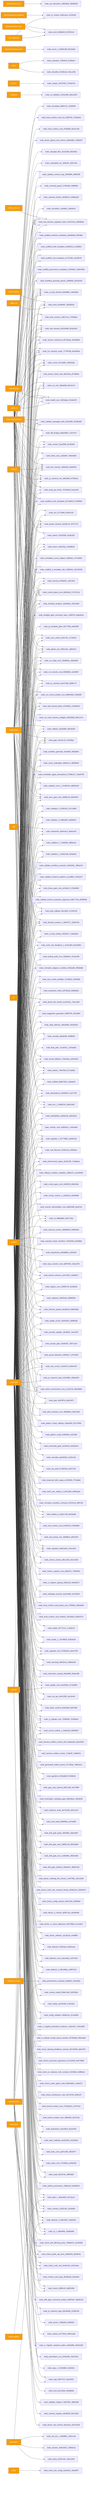
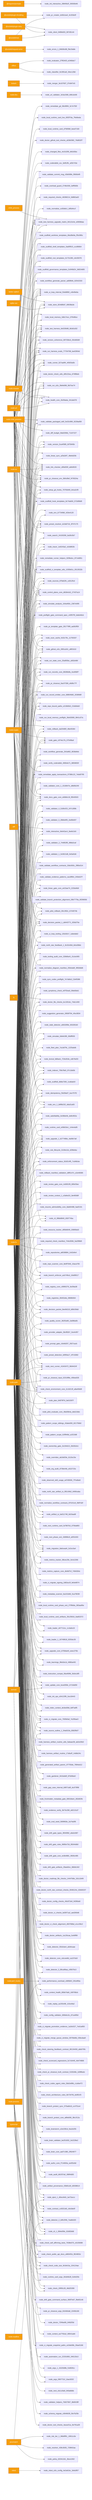
graph LR
  ext_inquirer_prompts_4d547149["@inquirer/prompts"] --> node_init_interactive_28845b2f_39350b46
  ext_octokit_plugin_retry_c9aecc53["@octokit/plugin-retry"] --> node_client_948fe603_907d5144
  ext_octokit_plugin_throttling_7909ece3["@octokit/plugin-throttling"] --> node_client_948fe603_907d5144
  ext_octokit_plugin_throttling_7909ece3["@octokit/plugin-throttling"] --> node_pr_creator_dc6b1ea4_4c333e0f
  ext_octokit_request_error_98ae13cc["@octokit/request-error"] --> node_errors_1_84b56c88_f9e19a8e
  ext_octokit_rest_c6e4d192["@octokit/rest"] --> node_client_948fe603_907d5144
  ext_octokit_rest_c6e4d192["@octokit/rest"] --> node_pr_creator_dc6b1ea4_4c333e0f
  ext_better_sqlite3_d7ed8f1a["better-sqlite3"] --> node_store_824d80d7_69038a3e
  ext_child_process_4845fa97["child_process"] --> node_test_harness_upgrade_matrix_84113c4e_e0838daa
  ext_diff_75a0ee1b["diff"] --> node_interactive_0eb42ac4_3ee6c3c6
  ext_effect_68d1dae1["effect"] --> node_classifier_fe1991a9_34ec128d
  ext_effect_68d1dae1["effect"] --> node_evaluator_27f6343f_e2466dc7
  ext_fs_3f4bb586["fs"] --> node_doctor_file_checks_bc1301dc_74dc1400
  ext_lodash_901466a5["lodash"] --> node_merger_3e167607_07e847e5
  ext_node_child_process_f62b7d19["node:child_process"] --> node_branch_enforcer_acb749cd_10e89517
  ext_node_child_process_f62b7d19["node:child_process"] --> node_changed_files_4c0102f6_bfd165bc
  ext_node_child_process_f62b7d19["node:child_process"] --> node_check_environment_core_2c16213f_a8a456d9
  ext_node_child_process_f62b7d19["node:child_process"] --> node_ci_migrate_core_7005b5af_7e295ae3
  ext_node_child_process_f62b7d19["node:child_process"] --> node_control_plane_core_db3b4cb2_27437a14
  ext_node_child_process_f62b7d19["node:child_process"] --> node_diff_budget_9da0268d_71167227
  ext_node_child_process_f62b7d19["node:child_process"] --> node_docs_gate_core_eb9b6c18_f8540503
  ext_node_child_process_f62b7d19["node:child_process"] --> node_doctor_check_utils_d0fc22ea_d74f86eb
  ext_node_child_process_f62b7d19["node:child_process"] --> node_doctor_github_tool_checks_a53b0382_76d832f7
  ext_node_child_process_f62b7d19["node:child_process"] --> node_github_e2e_2891a341_af6f1610
  ext_node_child_process_f62b7d19["node:child_process"] --> node_health_core_2b2fdada_341de678
  ext_node_child_process_f62b7d19["node:child_process"] --> node_linear_gate_core_a415ae74_222bd4b9
  ext_node_child_process_f62b7d19["node:child_process"] --> node_link_checker_d0fa555f_abfe9020
  ext_node_child_process_f62b7d19["node:child_process"] --> node_local_memory_0db17ecc_97fe98ce
  ext_node_child_process_f62b7d19["node:child_process"] --> node_local_runtime_card_d7fd59bf_beed7160
  ext_node_child_process_f62b7d19["node:child_process"] --> node_local_runtime_card_live_65f2f7da_7feb6eda
  ext_node_child_process_f62b7d19["node:child_process"] --> node_next_runner_41643472_9b94424f
  ext_node_child_process_f62b7d19["node:child_process"] --> node_pr_closeout_0ac07306_e8d9c77f
  ext_node_child_process_f62b7d19["node:child_process"] --> node_pr_closeout_env_9bfcd9ef_f476024a
-   ext_node_child_process_f62b7d19["node:child_process"] --> node_remediate_06b9c7fc_2158505f
+   ext_node_child_process_f62b7d19["node:child_process"] --> node_remediate_git_58c6f6f4_3c7e755f
  ext_node_child_process_f62b7d19["node:child_process"] --> node_run_e2e_39efe696_fb07ee74
  ext_node_child_process_f62b7d19["node:child_process"] --> node_run_harness_evals_77704768_ba42904d
  ext_node_child_process_f62b7d19["node:child_process"] --> node_runner_527aa9f4_40925a5b
  ext_node_child_process_f62b7d19["node:child_process"] --> node_scaffold_hook_templates_8c74ab50_572d99d9
  ext_node_child_process_f62b7d19["node:child_process"] --> node_search_24193290_6a30c5b7
  ext_node_child_process_f62b7d19["node:child_process"] --> node_setup_git_hooks_70750d40_b4ca2cf9
  ext_node_child_process_f62b7d19["node:child_process"] --> node_test_harness_6e520b98_6b3d1d32
  ext_node_child_process_f62b7d19["node:child_process"] --> node_test_harness_upgrade_matrix_84113c4e_e0838daa
  ext_node_child_process_f62b7d19["node:child_process"] --> node_ui_loop_internal_f2eb8892_c4b49e6a
  ext_node_child_process_f62b7d19["node:child_process"] --> node_validate_commit_msg_43b008fe_f9560ef9
  ext_node_child_process_f62b7d19["node:child_process"] --> node_validate_packaged_skill_5e32c890_9228ad58
  ext_node_child_process_f62b7d19["node:child_process"] --> node_version_coherence_69733bcb_00c8d5d9
  ext_node_crypto_c7dfc512["node:crypto"] --> node_artifact_io_ba511748_6d1faad8
  ext_node_crypto_c7dfc512["node:crypto"] --> node_check_environment_core_2c16213f_a8a456d9
  ext_node_crypto_c7dfc512["node:crypto"] --> node_ci_migrate_signing_2d82ac3f_9e5e8974
  ext_node_crypto_c7dfc512["node:crypto"] --> node_control_plane_core_db3b4cb2_27437a14
  ext_node_crypto_c7dfc512["node:crypto"] --> node_decision_packet_1_dd443771_92fa570e
  ext_node_crypto_c7dfc512["node:crypto"] --> node_decision_packet_8ee9d119_b89c59dd
  ext_node_crypto_c7dfc512["node:crypto"] --> node_docs_gate_core_eb9b6c18_f8540503
  ext_node_crypto_c7dfc512["node:crypto"] --> node_enforcement_status_92d314f5_7cd48cbe
  ext_node_crypto_c7dfc512["node:crypto"] --> node_env_b77349bf_420e4120
  ext_node_crypto_c7dfc512["node:crypto"] --> node_gate_c974e17b_07549baf
  ext_node_crypto_c7dfc512["node:crypto"] --> node_idempotency_f5d39a07_bce757f2
  ext_node_crypto_c7dfc512["node:crypto"] --> node_indexer_70fa78e5_97c1bb0b
  ext_node_crypto_c7dfc512["node:crypto"] --> node_lexical_fallback_723e2b3e_cdb7bd33
  ext_node_crypto_c7dfc512["node:crypto"] --> node_linear_sync_a2fa2bf7_48e6d20b
  ext_node_crypto_c7dfc512["node:crypto"] --> node_link_checker_d0fa555f_abfe9020
  ext_node_crypto_c7dfc512["node:crypto"] --> node_migration_8a6cead4_3c3cc0a4
  ext_node_crypto_c7dfc512["node:crypto"] --> node_normalise_cc83ddc1_b95d4ccf
  ext_node_crypto_c7dfc512["node:crypto"] --> node_normalize_diagram_manifest_259cbddf_3f92b8d6
  ext_node_crypto_c7dfc512["node:crypto"] --> node_north_star_feedback_1_9c32c60d_b0cd38dc
  ext_node_crypto_c7dfc512["node:crypto"] --> node_pilot_rollback_00c1f82c_b744974b
  ext_node_crypto_c7dfc512["node:crypto"] --> node_preset_resolver_dc3dd716_3f747c75
  ext_node_crypto_c7dfc512["node:crypto"] --> node_remediate_apply_transactions_0738b122_7ebd0795
  ext_node_crypto_c7dfc512["node:crypto"] --> node_required_checks_46396214_9d882ad3
  ext_node_crypto_c7dfc512["node:crypto"] --> node_rollback_da25480f_48e45364
  ext_node_crypto_c7dfc512["node:crypto"] --> node_run_record_emitter_core_688049d5_2036fd6f
  ext_node_crypto_c7dfc512["node:crypto"] --> node_run_records_core_89286dfa_4ce958f7
  ext_node_crypto_c7dfc512["node:crypto"] --> node_run_state_core_25a955bc_a562e9bf
  ext_node_crypto_c7dfc512["node:crypto"] --> node_scan_cache_fc02c79c_11793337
  ext_node_crypto_c7dfc512["node:crypto"] --> node_simulate_analysis_164a460c_2367e095
  ext_node_crypto_c7dfc512["node:crypto"] --> node_sources_878a52fc_cd312fcd
  ext_node_crypto_c7dfc512["node:crypto"] --> node_test_harness_upgrade_matrix_84113c4e_e0838daa
  ext_node_crypto_c7dfc512["node:crypto"] --> node_tracer_1e6243a2_cb3d802b
  ext_node_crypto_c7dfc512["node:crypto"] --> node_ui_loop_internal_f2eb8892_c4b49e6a
  ext_node_crypto_c7dfc512["node:crypto"] --> node_upgrade_1_b277486e_4a06b7a8
  ext_node_dns_828a0bbf["node:dns"] --> node_url_validator_3c5a1568_b9b1dc66
  ext_node_fs_a15b7d96["node:fs"] --> node_artifact_io_ba511748_6d1faad8
  ext_node_fs_a15b7d96["node:fs"] --> node_artifact_provenance_03b81cbf_d3038614
  ext_node_fs_a15b7d96["node:fs"] --> node_audit_b81f37a0_398f4d93
  ext_node_fs_a15b7d96["node:fs"] --> node_authz_core_f714650a_ee0f2e9d
  ext_node_fs_a15b7d96["node:fs"] --> node_brain_core_aa07c380_2f924977
  ext_node_fs_a15b7d96["node:fs"] --> node_brain_validator_be251832_2e2228e2
  ext_node_fs_a15b7d96["node:fs"] --> node_brainstorm_e2e2381d_fea1b255
  ext_node_fs_a15b7d96["node:fs"] --> node_branch_enforcer_acb749cd_10e89517
  ext_node_fs_a15b7d96["node:fs"] --> node_branch_protect_core_a8feb0fd_38c1f12a
  ext_node_fs_a15b7d96["node:fs"] --> node_branch_protect_sync_570adb18_cc4751e4
  ext_node_fs_a15b7d96["node:fs"] --> node_check_20f65c28_48d25399
  ext_node_fs_a15b7d96["node:fs"] --> node_check_architecture_rules_6b7347fd_dc8f2cf3
  ext_node_fs_a15b7d96["node:fs"] --> node_check_code_size_9c5efc3a_154124ae
  ext_node_fs_a15b7d96["node:fs"] --> node_check_codex_agent_roles_5bb2e89b_c1a9a472
  ext_node_fs_a15b7d96["node:fs"] --> node_check_environment_core_2c16213f_a8a456d9
  ext_node_fs_a15b7d96["node:fs"] --> node_check_pr_closeout_truth_contract_f135348c_b39f6edc
  ext_node_fs_a15b7d96["node:fs"] --> node_check_public_api_docs_a9604f1b_f824853c
  ext_node_fs_a15b7d96["node:fs"] --> node_check_scorecard_regressions_5c7c6445_4b474868
  ext_node_fs_a15b7d96["node:fs"] --> node_check_self_affirming_tests_7638e575_c6155698
  ext_node_fs_a15b7d96["node:fs"] --> node_check_steering_feedback_contract_80134459_abb076fc
  ext_node_fs_a15b7d96["node:fs"] --> node_ci_migrate_core_7005b5af_7e295ae3
  ext_node_fs_a15b7d96["node:fs"] --> node_ci_migrate_merge_queue_window_0070bd6d_03bcdaa9
  ext_node_fs_a15b7d96["node:fs"] --> node_ci_migrate_promotion_evidence_1a2dc527_7ed1a850
  ext_node_fs_a15b7d96["node:fs"] --> node_cli_1_084e05fe_02d92b68
  ext_node_fs_a15b7d96["node:fs"] --> node_cli_99bb8840_659774ba
  ext_node_fs_a15b7d96["node:fs"] --> node_config_validator_669ebc2e_d7ca485d
  ext_node_fs_a15b7d96["node:fs"] --> node_context_health_80bb7da9_169768cb
  ext_node_fs_a15b7d96["node:fs"] --> node_contract_cc8321d6_c0e3de0f
  ext_node_fs_a15b7d96["node:fs"] --> node_control_plane_core_db3b4cb2_27437a14
  ext_node_fs_a15b7d96["node:fs"] --> node_decision_packet_1_dd443771_92fa570e
  ext_node_fs_a15b7d96["node:fs"] --> node_decision_packet_8ee9d119_b89c59dd
  ext_node_fs_a15b7d96["node:fs"] --> node_detector_2_b0fc2f46_7ea6b320
  ext_node_fs_a15b7d96["node:fs"] --> node_detector_3_86ca96aa_c95676c3
  ext_node_fs_a15b7d96["node:fs"] --> node_detector_core_cdccee8d_ca107dc8
  ext_node_fs_a15b7d96["node:fs"] --> node_detector_f2b3cbe4_a0d4caae
  ext_node_fs_a15b7d96["node:fs"] --> node_diff_budget_9da0268d_71167227
  ext_node_fs_a15b7d96["node:fs"] --> node_docs_gate_core_eb9b6c18_f8540503
  ext_node_fs_a15b7d96["node:fs"] --> node_doctor_artifacts_1a126caa_fcefdf99
  ext_node_fs_a15b7d96["node:fs"] --> node_doctor_check_utils_d0fc22ea_d74f86eb
  ext_node_fs_a15b7d96["node:fs"] --> node_doctor_ci_check_alignment_d50768bd_e1cc59c2
  ext_node_fs_a15b7d96["node:fs"] --> node_doctor_ci_checks_bd3971a2_aed260d6
  ext_node_fs_a15b7d96["node:fs"] --> node_doctor_config_checks_49c872e0_f42fb5e8
  ext_node_fs_a15b7d96["node:fs"] --> node_doctor_file_checks_bc1301dc_74dc1400
  ext_node_fs_a15b7d96["node:fs"] --> node_doctor_north_star_contract_checks_0048124c_02b00237
  ext_node_fs_a15b7d96["node:fs"] --> node_doctor_roadmap_file_checks_14447b8e_2d1c2d49
  ext_node_fs_a15b7d96["node:fs"] --> node_drift_gate_artifacts_29aeb0cc_86b9c342
  ext_node_fs_a15b7d96["node:fs"] --> node_drift_gate_core_ec6b4881_9500c485
  ext_node_fs_a15b7d96["node:fs"] --> node_drift_gate_rules_9685e72d_95044db0
  ext_node_fs_a15b7d96["node:fs"] --> node_drift_gate_types_3f045f82_a9a3c987
  ext_node_fs_a15b7d96["node:fs"] --> node_eject_1_d0ecd4d1_ba72accc
  ext_node_fs_a15b7d96["node:fs"] --> node_enforcement_status_92d314f5_7cd48cbe
  ext_node_fs_a15b7d96["node:fs"] --> node_env_1_b6f6b232_dda31a93
  ext_node_fs_a15b7d96["node:fs"] --> node_env_b77349bf_420e4120
  ext_node_fs_a15b7d96["node:fs"] --> node_eval_seed_5699fd3e_2a74a5f6
  ext_node_fs_a15b7d96["node:fs"] --> node_evidence_verify_3b73c290_e82131d7
  ext_node_fs_a15b7d96["node:fs"] --> node_fleet_plan_7a1dd79c_1225abdb
  ext_node_fs_a15b7d96["node:fs"] --> node_frontmatter_metadata_gate_6901bbe4_282d02fe
  ext_node_fs_a15b7d96["node:fs"] --> node_gap_case_internal_b9871ddf_dcd73f98
  ext_node_fs_a15b7d96["node:fs"] --> node_gardener_9416a9df_87b06be0
  ext_node_fs_a15b7d96["node:fs"] --> node_gate_c974e17b_07549baf
  ext_node_fs_a15b7d96["node:fs"] --> node_generated_artifact_parent_1f7755de_7894ed12
  ext_node_fs_a15b7d96["node:fs"] --> node_github_e2e_2891a341_af6f1610
  ext_node_fs_a15b7d96["node:fs"] --> node_harness_artifact_routine_17afacff_14dbb24c
  ext_node_fs_a15b7d96["node:fs"] --> node_harness_artifact_routine_utils_5abaac59_ab2e20b3
  ext_node_fs_a15b7d96["node:fs"] --> node_health_core_2b2fdada_341de678
  ext_node_fs_a15b7d96["node:fs"] --> node_idempotency_f5d39a07_bce757f2
  ext_node_fs_a15b7d96["node:fs"] --> node_index_context_de3ed39d_6df7adf5
  ext_node_fs_a15b7d96["node:fs"] --> node_indexer_70fa78e5_97c1bb0b
  ext_node_fs_a15b7d96["node:fs"] --> node_init_ops_e54123f9_3ce18443
  ext_node_fs_a15b7d96["node:fs"] --> node_instruction_compat_06a469fd_3b3e1df0
  ext_node_fs_a15b7d96["node:fs"] --> node_interactive_0eb42ac4_3ee6c3c6
  ext_node_fs_a15b7d96["node:fs"] --> node_learnings_9feb3e1d_4980a445
  ext_node_fs_a15b7d96["node:fs"] --> node_lexical_fallback_723e2b3e_cdb7bd33
  ext_node_fs_a15b7d96["node:fs"] --> node_linear_gate_core_a415ae74_222bd4b9
  ext_node_fs_a15b7d96["node:fs"] --> node_linear_sync_a2fa2bf7_48e6d20b
  ext_node_fs_a15b7d96["node:fs"] --> node_link_checker_d0fa555f_abfe9020
  ext_node_fs_a15b7d96["node:fs"] --> node_loader_1_16749818_9255dc35
  ext_node_fs_a15b7d96["node:fs"] --> node_loader_d47712cc_1c3a0e19
  ext_node_fs_a15b7d96["node:fs"] --> node_local_memory_0db17ecc_97fe98ce
  ext_node_fs_a15b7d96["node:fs"] --> node_local_runtime_card_artifacts_35c25816_0ad02372
  ext_node_fs_a15b7d96["node:fs"] --> node_local_runtime_card_phase_exit_275ffa9a_383aa95e
  ext_node_fs_a15b7d96["node:fs"] --> node_metadata_scanner_6a101b66_5ca79039
  ext_node_fs_a15b7d96["node:fs"] --> node_metrics_capture_core_db4bf7cf_7494304c
  ext_node_fs_a15b7d96["node:fs"] --> node_metrics_tracker_98cec29c_9c4c2266
  ext_node_fs_a15b7d96["node:fs"] --> node_migration_8a6cead4_3c3cc0a4
  ext_node_fs_a15b7d96["node:fs"] --> node_next_phase_exit_1fd996c9_a5f31003
  ext_node_fs_a15b7d96["node:fs"] --> node_next_runner_41643472_9b94424f
  ext_node_fs_a15b7d96["node:fs"] --> node_next_runtime_card_fa7867b3_0756a883
  ext_node_fs_a15b7d96["node:fs"] --> node_normalize_diagram_manifest_259cbddf_3f92b8d6
  ext_node_fs_a15b7d96["node:fs"] --> node_normalize_workflow_contracts_8701f1c8_0fdf7d2f
  ext_node_fs_a15b7d96["node:fs"] --> node_north_star_artifact_io_9f2c34b2_6490caba
  ext_node_fs_a15b7d96["node:fs"] --> node_north_star_feedback_1_9c32c60d_b0cd38dc
  ext_node_fs_a15b7d96["node:fs"] --> node_observed_skill_usage_ed7d5930_7f7edbe6
  ext_node_fs_a15b7d96["node:fs"] --> node_org_audit_d739e44b_e522723c
  ext_node_fs_a15b7d96["node:fs"] --> node_overrides_ab2dd33e_6115e15e
  ext_node_fs_a15b7d96["node:fs"] --> node_ownership_gate_2e194d13_2b02b2e1
  ext_node_fs_a15b7d96["node:fs"] --> node_pattern_scope_61ff946d_a1f21fd8
  ext_node_fs_a15b7d96["node:fs"] --> node_pattern_scope_siblings_43abe000_821756b0
  ext_node_fs_a15b7d96["node:fs"] --> node_pilot_evaluate_core_48a59b4a_deb218dc
  ext_node_fs_a15b7d96["node:fs"] --> node_pilot_rollback_00c1f82c_b744974b
  ext_node_fs_a15b7d96["node:fs"] --> node_plan_64879f7d_9e01597f
  ext_node_fs_a15b7d96["node:fs"] --> node_pr_closeout_0ac07306_e8d9c77f
  ext_node_fs_a15b7d96["node:fs"] --> node_pr_closeout_env_9bfcd9ef_f476024a
  ext_node_fs_a15b7d96["node:fs"] --> node_pr_closeout_input_02319f8e_456ea535
  ext_node_fs_a15b7d96["node:fs"] --> node_pr_template_gate_281778f9_aa0b3f59
  ext_node_fs_a15b7d96["node:fs"] --> node_preflight_gate_command_spec_c45f57f0_bdeb46cb
  ext_node_fs_a15b7d96["node:fs"] --> node_preset_detection_b0f00a17_4f7c5082
  ext_node_fs_a15b7d96["node:fs"] --> node_preset_resolver_dc3dd716_3f747c75
  ext_node_fs_a15b7d96["node:fs"] --> node_prompt_gate_c5e9d207_2927cacb
  ext_node_fs_a15b7d96["node:fs"] --> node_provider_adapter_3bcf82b7_3ce4cf67
  ext_node_fs_a15b7d96["node:fs"] --> node_quality_scorer_362f2a90_2a086a0b
  ext_node_fs_a15b7d96["node:fs"] --> node_registries_06402afa_0868b564
  ext_node_fs_a15b7d96["node:fs"] --> node_registry_core_c9990279_3e2fda38
  ext_node_fs_a15b7d96["node:fs"] --> node_remediate_apply_transactions_0738b122_7ebd0795
  ext_node_fs_a15b7d96["node:fs"] --> node_remediate_runner_helpers_929fedcc_8714d951
  ext_node_fs_a15b7d96["node:fs"] --> node_repo_bound_paths_e218b5b3_216d0eb0
  ext_node_fs_a15b7d96["node:fs"] --> node_repo_scanner_core_8e9f7646_10aca705
  ext_node_fs_a15b7d96["node:fs"] --> node_repositories_a8038884_2c62efe4
  ext_node_fs_a15b7d96["node:fs"] --> node_required_check_manifest_744e3936_5a20f8d5
  ext_node_fs_a15b7d96["node:fs"] --> node_resource_tracker_d95b6649_20895bd3
  ext_node_fs_a15b7d96["node:fs"] --> node_resume_admissibility_core_8ab84488_faaf2191
  ext_node_fs_a15b7d96["node:fs"] --> node_review_context_1_e3afed15_9e46568f
  ext_node_fs_a15b7d96["node:fs"] --> node_review_gate_core_4c8001f9_809cf3ee
  ext_node_fs_a15b7d96["node:fs"] --> node_rollback_da25480f_48e45364
  ext_node_fs_a15b7d96["node:fs"] --> node_rollback_manifest_validation_d8f5147c_e2e46585
  ext_node_fs_a15b7d96["node:fs"] --> node_rule_lifecycle_3130e11b_d296efac
  ext_node_fs_a15b7d96["node:fs"] --> node_run_e2e_39efe696_fb07ee74
  ext_node_fs_a15b7d96["node:fs"] --> node_run_harness_evals_77704768_ba42904d
  ext_node_fs_a15b7d96["node:fs"] --> node_run_record_emitter_core_688049d5_2036fd6f
  ext_node_fs_a15b7d96["node:fs"] --> node_run_records_core_89286dfa_4ce958f7
  ext_node_fs_a15b7d96["node:fs"] --> node_run_state_core_25a955bc_a562e9bf
  ext_node_fs_a15b7d96["node:fs"] --> node_runner_527aa9f4_40925a5b
  ext_node_fs_a15b7d96["node:fs"] --> node_runtime_card_e06b53e1_144e4a95
  ext_node_fs_a15b7d96["node:fs"] --> node_satisfiability_6c08de4b_de8c902a
  ext_node_fs_a15b7d96["node:fs"] --> node_scaffold_ci_template_utils_1035b61c_0513532b
  ext_node_fs_a15b7d96["node:fs"] --> node_scaffold_db8a7260_1ca6adc9
  ext_node_fs_a15b7d96["node:fs"] --> node_scaffold_governance_templates_5c949d24_3d624d65
  ext_node_fs_a15b7d96["node:fs"] --> node_scaffold_hook_templates_8c74ab50_572d99d9
  ext_node_fs_a15b7d96["node:fs"] --> node_scaffold_root_templates_61731280_c6c59378
  ext_node_fs_a15b7d96["node:fs"] --> node_scaffold_shell_templates_0ad0f915_ccc86664
  ext_node_fs_a15b7d96["node:fs"] --> node_scaffold_worktree_templates_66a38e9a_ff3c085c
  ext_node_fs_a15b7d96["node:fs"] --> node_scan_cache_fc02c79c_11793337
  ext_node_fs_a15b7d96["node:fs"] --> node_setup_git_hooks_70750d40_b4ca2cf9
  ext_node_fs_a15b7d96["node:fs"] --> node_simulate_analysis_164a460c_2367e095
  ext_node_fs_a15b7d96["node:fs"] --> node_simulate_b9efe395_90dff935
  ext_node_fs_a15b7d96["node:fs"] --> node_source_outline_1_54a631fa_8582fb07
  ext_node_fs_a15b7d96["node:fs"] --> node_sources_878a52fc_cd312fcd
  ext_node_fs_a15b7d96["node:fs"] --> node_stale_detector_a563289e_653281b0
  ext_node_fs_a15b7d96["node:fs"] --> node_store_824d80d7_69038a3e
  ext_node_fs_a15b7d96["node:fs"] --> node_suggestion_generator_0956f794_4fce3834
  ext_node_fs_a15b7d96["node:fs"] --> node_symphony_check_e97f2ea0_09eb5bd1
  ext_node_fs_a15b7d96["node:fs"] --> node_sync_codex_preflight_7e7a8dc2_f2ef0386
  ext_node_fs_a15b7d96["node:fs"] --> node_test_harness_6e520b98_6b3d1d32
  ext_node_fs_a15b7d96["node:fs"] --> node_test_harness_upgrade_matrix_84113c4e_e0838daa
  ext_node_fs_a15b7d96["node:fs"] --> node_tooling_audit_core_328d6a41_01cbc905
  ext_node_fs_a15b7d96["node:fs"] --> node_tracer_1e6243a2_cb3d802b
  ext_node_fs_a15b7d96["node:fs"] --> node_ui_loop_internal_f2eb8892_c4b49e6a
  ext_node_fs_a15b7d96["node:fs"] --> node_ui_loop_tooling_12b2d2c7_1abedab2
  ext_node_fs_a15b7d96["node:fs"] --> node_update_core_bced358c_b710dd59
  ext_node_fs_a15b7d96["node:fs"] --> node_upgrade_1_b277486e_4a06b7a8
  ext_node_fs_a15b7d96["node:fs"] --> node_upgrade_core_b759da40_eeec275b
  ext_node_fs_a15b7d96["node:fs"] --> node_validate_branch_protection_alignment_09b7779a_6f299056
  ext_node_fs_a15b7d96["node:fs"] --> node_validate_commit_msg_43b008fe_f9560ef9
  ext_node_fs_a15b7d96["node:fs"] --> node_validate_evidence_patterns_cacd9fb4_240eb37f
  ext_node_fs_a15b7d96["node:fs"] --> node_validate_packaged_skill_5e32c890_9228ad58
  ext_node_fs_a15b7d96["node:fs"] --> node_validate_workflow_contracts_33dc063c_2f80e314
  ext_node_fs_a15b7d96["node:fs"] --> node_validator_1_0c0621d8_0e5afcb6
  ext_node_fs_a15b7d96["node:fs"] --> node_validator_2_744853f5_98bb2caf
  ext_node_fs_a15b7d96["node:fs"] --> node_validator_3_28b6e9f3_2ed5b007
  ext_node_fs_a15b7d96["node:fs"] --> node_validator_4_5180cf23_247c289b
  ext_node_fs_a15b7d96["node:fs"] --> node_validator_core_1_1518647e_d8d0b249
  ext_node_fs_a15b7d96["node:fs"] --> node_verify_coderabbit_490b4e71_8859655f
  ext_node_fs_a15b7d96["node:fs"] --> node_version_5ca4f385_fd75945b
  ext_node_fs_a15b7d96["node:fs"] --> node_version_coherence_69733bcb_00c8d5d9
  ext_node_fs_a15b7d96["node:fs"] --> node_workflow_generate_2fc0af62_803bbfeb
  ext_node_fs_a15b7d96["node:fs"] --> node_workflow_generate_parser_ad69fefe_62542333
  ext_node_module_ca1b42af["node:module"] --> node_health_core_2b2fdada_341de678
  ext_node_os_d93fe73a["node:os"] --> node_env_1_b6f6b232_dda31a93
  ext_node_os_d93fe73a["node:os"] --> node_github_e2e_2891a341_af6f1610
  ext_node_os_d93fe73a["node:os"] --> node_link_checker_d0fa555f_abfe9020
  ext_node_os_d93fe73a["node:os"] --> node_overload_guard_2748c559_3eff560b
  ext_node_os_d93fe73a["node:os"] --> node_performance_overload_c685bfcf_291ef65a
  ext_node_os_d93fe73a["node:os"] --> node_pr_closeout_env_9bfcd9ef_f476024a
  ext_node_os_d93fe73a["node:os"] --> node_runner_527aa9f4_40925a5b
  ext_node_os_d93fe73a["node:os"] --> node_test_harness_6e520b98_6b3d1d32
  ext_node_os_d93fe73a["node:os"] --> node_test_harness_upgrade_matrix_84113c4e_e0838daa
  ext_node_path_78811c13["node:path"] --> node_args_090772cf_1bac9202
  ext_node_path_78811c13["node:path"] --> node_args_1_15220d9b_f1d9281c
  ext_node_path_78811c13["node:path"] --> node_artifact_io_ba511748_6d1faad8
  ext_node_path_78811c13["node:path"] --> node_artifact_provenance_03b81cbf_d3038614
  ext_node_path_78811c13["node:path"] --> node_audit_b81f37a0_398f4d93
  ext_node_path_78811c13["node:path"] --> node_authz_core_f714650a_ee0f2e9d
  ext_node_path_78811c13["node:path"] --> node_automation_run_22331800_346133c3
  ext_node_path_78811c13["node:path"] --> node_brain_core_aa07c380_2f924977
  ext_node_path_78811c13["node:path"] --> node_brain_validator_be251832_2e2228e2
  ext_node_path_78811c13["node:path"] --> node_brainstorm_e2e2381d_fea1b255
  ext_node_path_78811c13["node:path"] --> node_branch_enforcer_acb749cd_10e89517
  ext_node_path_78811c13["node:path"] --> node_branch_protect_core_a8feb0fd_38c1f12a
  ext_node_path_78811c13["node:path"] --> node_branch_protect_sync_570adb18_cc4751e4
  ext_node_path_78811c13["node:path"] --> node_check_20f65c28_48d25399
  ext_node_path_78811c13["node:path"] --> node_check_architecture_rules_6b7347fd_dc8f2cf3
  ext_node_path_78811c13["node:path"] --> node_check_code_size_9c5efc3a_154124ae
  ext_node_path_78811c13["node:path"] --> node_check_codex_agent_roles_5bb2e89b_c1a9a472
  ext_node_path_78811c13["node:path"] --> node_check_environment_core_2c16213f_a8a456d9
  ext_node_path_78811c13["node:path"] --> node_check_pr_closeout_truth_contract_f135348c_b39f6edc
  ext_node_path_78811c13["node:path"] --> node_check_public_api_docs_a9604f1b_f824853c
  ext_node_path_78811c13["node:path"] --> node_check_scorecard_regressions_5c7c6445_4b474868
  ext_node_path_78811c13["node:path"] --> node_check_self_affirming_tests_7638e575_c6155698
  ext_node_path_78811c13["node:path"] --> node_check_steering_feedback_contract_80134459_abb076fc
  ext_node_path_78811c13["node:path"] --> node_ci_migrate_core_7005b5af_7e295ae3
  ext_node_path_78811c13["node:path"] --> node_ci_migrate_merge_queue_window_0070bd6d_03bcdaa9
  ext_node_path_78811c13["node:path"] --> node_ci_migrate_promotion_evidence_1a2dc527_7ed1a850
  ext_node_path_78811c13["node:path"] --> node_ci_migrate_snapshot_paths_a10de06b_30ae5166
  ext_node_path_78811c13["node:path"] --> node_cli_1_084e05fe_02d92b68
  ext_node_path_78811c13["node:path"] --> node_cli_99bb8840_659774ba
  ext_node_path_78811c13["node:path"] --> node_config_validator_669ebc2e_d7ca485d
  ext_node_path_78811c13["node:path"] --> node_context_ea7792a2_08541ab6
  ext_node_path_78811c13["node:path"] --> node_context_health_80bb7da9_169768cb
  ext_node_path_78811c13["node:path"] --> node_contract_cc8321d6_c0e3de0f
  ext_node_path_78811c13["node:path"] --> node_control_plane_core_db3b4cb2_27437a14
  ext_node_path_78811c13["node:path"] --> node_decision_packet_1_dd443771_92fa570e
  ext_node_path_78811c13["node:path"] --> node_decision_packet_8ee9d119_b89c59dd
  ext_node_path_78811c13["node:path"] --> node_detector_2_b0fc2f46_7ea6b320
  ext_node_path_78811c13["node:path"] --> node_detector_3_86ca96aa_c95676c3
  ext_node_path_78811c13["node:path"] --> node_detector_core_cdccee8d_ca107dc8
  ext_node_path_78811c13["node:path"] --> node_detector_f2b3cbe4_a0d4caae
  ext_node_path_78811c13["node:path"] --> node_docs_gate_core_eb9b6c18_f8540503
  ext_node_path_78811c13["node:path"] --> node_doctor_72f4be89_04fd2f3d
  ext_node_path_78811c13["node:path"] --> node_doctor_artifacts_1a126caa_fcefdf99
  ext_node_path_78811c13["node:path"] --> node_doctor_ci_check_alignment_d50768bd_e1cc59c2
  ext_node_path_78811c13["node:path"] --> node_doctor_ci_checks_bd3971a2_aed260d6
  ext_node_path_78811c13["node:path"] --> node_doctor_config_checks_49c872e0_f42fb5e8
  ext_node_path_78811c13["node:path"] --> node_doctor_file_checks_bc1301dc_74dc1400
  ext_node_path_78811c13["node:path"] --> node_doctor_north_star_contract_checks_0048124c_02b00237
  ext_node_path_78811c13["node:path"] --> node_doctor_roadmap_file_checks_14447b8e_2d1c2d49
  ext_node_path_78811c13["node:path"] --> node_drift_gate_artifacts_29aeb0cc_86b9c342
  ext_node_path_78811c13["node:path"] --> node_drift_gate_command_surface_060f7e67_f8e83146
  ext_node_path_78811c13["node:path"] --> node_drift_gate_core_ec6b4881_9500c485
  ext_node_path_78811c13["node:path"] --> node_drift_gate_rules_9685e72d_95044db0
  ext_node_path_78811c13["node:path"] --> node_drift_gate_types_3f045f82_a9a3c987
  ext_node_path_78811c13["node:path"] --> node_eject_1_d0ecd4d1_ba72accc
  ext_node_path_78811c13["node:path"] --> node_enforcement_status_92d314f5_7cd48cbe
  ext_node_path_78811c13["node:path"] --> node_env_1_b6f6b232_dda31a93
  ext_node_path_78811c13["node:path"] --> node_eval_seed_5699fd3e_2a74a5f6
  ext_node_path_78811c13["node:path"] --> node_evidence_verify_3b73c290_e82131d7
  ext_node_path_78811c13["node:path"] --> node_frontmatter_metadata_gate_6901bbe4_282d02fe
  ext_node_path_78811c13["node:path"] --> node_gap_case_internal_b9871ddf_dcd73f98
  ext_node_path_78811c13["node:path"] --> node_gardener_9416a9df_87b06be0
  ext_node_path_78811c13["node:path"] --> node_gate_c974e17b_07549baf
  ext_node_path_78811c13["node:path"] --> node_generated_artifact_parent_1f7755de_7894ed12
  ext_node_path_78811c13["node:path"] --> node_github_e2e_2891a341_af6f1610
  ext_node_path_78811c13["node:path"] --> node_harness_artifact_routine_17afacff_14dbb24c
  ext_node_path_78811c13["node:path"] --> node_harness_artifact_routine_utils_5abaac59_ab2e20b3
  ext_node_path_78811c13["node:path"] --> node_health_core_2b2fdada_341de678
  ext_node_path_78811c13["node:path"] --> node_idempotency_f5d39a07_bce757f2
  ext_node_path_78811c13["node:path"] --> node_index_context_de3ed39d_6df7adf5
  ext_node_path_78811c13["node:path"] --> node_indexer_70fa78e5_97c1bb0b
  ext_node_path_78811c13["node:path"] --> node_init_ops_e54123f9_3ce18443
  ext_node_path_78811c13["node:path"] --> node_instruction_compat_06a469fd_3b3e1df0
  ext_node_path_78811c13["node:path"] --> node_interactive_0eb42ac4_3ee6c3c6
  ext_node_path_78811c13["node:path"] --> node_learnings_9feb3e1d_4980a445
  ext_node_path_78811c13["node:path"] --> node_lexical_fallback_723e2b3e_cdb7bd33
  ext_node_path_78811c13["node:path"] --> node_linear_gate_core_a415ae74_222bd4b9
  ext_node_path_78811c13["node:path"] --> node_link_checker_d0fa555f_abfe9020
  ext_node_path_78811c13["node:path"] --> node_loader_1_16749818_9255dc35
  ext_node_path_78811c13["node:path"] --> node_loader_d47712cc_1c3a0e19
  ext_node_path_78811c13["node:path"] --> node_local_runtime_card_artifacts_35c25816_0ad02372
  ext_node_path_78811c13["node:path"] --> node_local_runtime_card_phase_exit_275ffa9a_383aa95e
  ext_node_path_78811c13["node:path"] --> node_metadata_scanner_6a101b66_5ca79039
  ext_node_path_78811c13["node:path"] --> node_metrics_capture_core_db4bf7cf_7494304c
  ext_node_path_78811c13["node:path"] --> node_metrics_tracker_98cec29c_9c4c2266
  ext_node_path_78811c13["node:path"] --> node_migration_8a6cead4_3c3cc0a4
  ext_node_path_78811c13["node:path"] --> node_next_phase_exit_1fd996c9_a5f31003
  ext_node_path_78811c13["node:path"] --> node_next_runner_41643472_9b94424f
  ext_node_path_78811c13["node:path"] --> node_next_runtime_card_fa7867b3_0756a883
  ext_node_path_78811c13["node:path"] --> node_normalize_diagram_manifest_259cbddf_3f92b8d6
  ext_node_path_78811c13["node:path"] --> node_normalize_workflow_contracts_8701f1c8_0fdf7d2f
  ext_node_path_78811c13["node:path"] --> node_north_star_artifact_io_9f2c34b2_6490caba
  ext_node_path_78811c13["node:path"] --> node_north_star_feedback_1_9c32c60d_b0cd38dc
  ext_node_path_78811c13["node:path"] --> node_observed_skill_usage_ed7d5930_7f7edbe6
  ext_node_path_78811c13["node:path"] --> node_org_audit_d739e44b_e522723c
  ext_node_path_78811c13["node:path"] --> node_overrides_ab2dd33e_6115e15e
  ext_node_path_78811c13["node:path"] --> node_ownership_gate_2e194d13_2b02b2e1
  ext_node_path_78811c13["node:path"] --> node_pattern_scope_61ff946d_a1f21fd8
  ext_node_path_78811c13["node:path"] --> node_pattern_scope_siblings_43abe000_821756b0
  ext_node_path_78811c13["node:path"] --> node_pilot_evaluate_core_48a59b4a_deb218dc
  ext_node_path_78811c13["node:path"] --> node_pilot_rollback_00c1f82c_b744974b
  ext_node_path_78811c13["node:path"] --> node_plan_64879f7d_9e01597f
  ext_node_path_78811c13["node:path"] --> node_pr_closeout_0ac07306_e8d9c77f
  ext_node_path_78811c13["node:path"] --> node_pr_closeout_args_8164b0a8_2240b166
  ext_node_path_78811c13["node:path"] --> node_pr_closeout_env_9bfcd9ef_f476024a
  ext_node_path_78811c13["node:path"] --> node_pr_closeout_input_02319f8e_456ea535
  ext_node_path_78811c13["node:path"] --> node_preset_detection_b0f00a17_4f7c5082
  ext_node_path_78811c13["node:path"] --> node_preset_resolver_dc3dd716_3f747c75
  ext_node_path_78811c13["node:path"] --> node_prompt_gate_c5e9d207_2927cacb
  ext_node_path_78811c13["node:path"] --> node_provider_adapter_3bcf82b7_3ce4cf67
  ext_node_path_78811c13["node:path"] --> node_quality_scorer_362f2a90_2a086a0b
  ext_node_path_78811c13["node:path"] --> node_registries_06402afa_0868b564
  ext_node_path_78811c13["node:path"] --> node_registry_core_c9990279_3e2fda38
  ext_node_path_78811c13["node:path"] --> node_remediate_apply_transactions_0738b122_7ebd0795
  ext_node_path_78811c13["node:path"] --> node_replay_ac203c98_115ce9a2
  ext_node_path_78811c13["node:path"] --> node_repo_bound_paths_e218b5b3_216d0eb0
  ext_node_path_78811c13["node:path"] --> node_repo_scanner_core_8e9f7646_10aca705
  ext_node_path_78811c13["node:path"] --> node_repositories_a8038884_2c62efe4
  ext_node_path_78811c13["node:path"] --> node_required_check_manifest_744e3936_5a20f8d5
  ext_node_path_78811c13["node:path"] --> node_resource_tracker_d95b6649_20895bd3
  ext_node_path_78811c13["node:path"] --> node_resume_admissibility_core_8ab84488_faaf2191
  ext_node_path_78811c13["node:path"] --> node_review_context_1_e3afed15_9e46568f
  ext_node_path_78811c13["node:path"] --> node_review_gate_core_4c8001f9_809cf3ee
  ext_node_path_78811c13["node:path"] --> node_rollback_da25480f_48e45364
  ext_node_path_78811c13["node:path"] --> node_rollback_manifest_validation_d8f5147c_e2e46585
  ext_node_path_78811c13["node:path"] --> node_rule_lifecycle_3130e11b_d296efac
  ext_node_path_78811c13["node:path"] --> node_run_e2e_39efe696_fb07ee74
  ext_node_path_78811c13["node:path"] --> node_run_harness_evals_77704768_ba42904d
  ext_node_path_78811c13["node:path"] --> node_run_local_memory_preflight_36e92808_9841c57a
  ext_node_path_78811c13["node:path"] --> node_run_record_emitter_core_688049d5_2036fd6f
  ext_node_path_78811c13["node:path"] --> node_run_records_core_89286dfa_4ce958f7
  ext_node_path_78811c13["node:path"] --> node_run_state_core_25a955bc_a562e9bf
  ext_node_path_78811c13["node:path"] --> node_runner_527aa9f4_40925a5b
  ext_node_path_78811c13["node:path"] --> node_runtime_card_args_2b3d4b28_5cfe029c
  ext_node_path_78811c13["node:path"] --> node_runtime_card_e06b53e1_144e4a95
  ext_node_path_78811c13["node:path"] --> node_satisfiability_6c08de4b_de8c902a
  ext_node_path_78811c13["node:path"] --> node_scaffold_ci_template_utils_1035b61c_0513532b
  ext_node_path_78811c13["node:path"] --> node_scaffold_db8a7260_1ca6adc9
  ext_node_path_78811c13["node:path"] --> node_scaffold_hook_templates_8c74ab50_572d99d9
  ext_node_path_78811c13["node:path"] --> node_scan_cache_fc02c79c_11793337
  ext_node_path_78811c13["node:path"] --> node_search_24193290_6a30c5b7
  ext_node_path_78811c13["node:path"] --> node_setup_git_hooks_70750d40_b4ca2cf9
  ext_node_path_78811c13["node:path"] --> node_simulate_analysis_164a460c_2367e095
  ext_node_path_78811c13["node:path"] --> node_simulate_b9efe395_90dff935
  ext_node_path_78811c13["node:path"] --> node_source_outline_1_54a631fa_8582fb07
  ext_node_path_78811c13["node:path"] --> node_sources_878a52fc_cd312fcd
  ext_node_path_78811c13["node:path"] --> node_stale_detector_a563289e_653281b0
  ext_node_path_78811c13["node:path"] --> node_store_824d80d7_69038a3e
  ext_node_path_78811c13["node:path"] --> node_suggestion_generator_0956f794_4fce3834
  ext_node_path_78811c13["node:path"] --> node_symphony_check_e97f2ea0_09eb5bd1
  ext_node_path_78811c13["node:path"] --> node_sync_codex_preflight_7e7a8dc2_f2ef0386
  ext_node_path_78811c13["node:path"] --> node_test_harness_6e520b98_6b3d1d32
  ext_node_path_78811c13["node:path"] --> node_test_harness_upgrade_matrix_84113c4e_e0838daa
  ext_node_path_78811c13["node:path"] --> node_tooling_audit_core_328d6a41_01cbc905
  ext_node_path_78811c13["node:path"] --> node_tracer_1e6243a2_cb3d802b
  ext_node_path_78811c13["node:path"] --> node_ui_loop_internal_f2eb8892_c4b49e6a
  ext_node_path_78811c13["node:path"] --> node_ui_loop_tooling_12b2d2c7_1abedab2
  ext_node_path_78811c13["node:path"] --> node_update_core_bced358c_b710dd59
  ext_node_path_78811c13["node:path"] --> node_upgrade_1_b277486e_4a06b7a8
  ext_node_path_78811c13["node:path"] --> node_upgrade_core_b759da40_eeec275b
  ext_node_path_78811c13["node:path"] --> node_validate_branch_protection_alignment_09b7779a_6f299056
  ext_node_path_78811c13["node:path"] --> node_validate_evidence_patterns_cacd9fb4_240eb37f
  ext_node_path_78811c13["node:path"] --> node_validate_packaged_skill_5e32c890_9228ad58
  ext_node_path_78811c13["node:path"] --> node_validate_workflow_contracts_33dc063c_2f80e314
  ext_node_path_78811c13["node:path"] --> node_validator_1_0c0621d8_0e5afcb6
  ext_node_path_78811c13["node:path"] --> node_validator_2_744853f5_98bb2caf
  ext_node_path_78811c13["node:path"] --> node_validator_3_28b6e9f3_2ed5b007
  ext_node_path_78811c13["node:path"] --> node_validator_4_5180cf23_247c289b
  ext_node_path_78811c13["node:path"] --> node_validator_core_1_1518647e_d8d0b249
  ext_node_path_78811c13["node:path"] --> node_verify_coderabbit_490b4e71_8859655f
  ext_node_path_78811c13["node:path"] --> node_version_5ca4f385_fd75945b
  ext_node_path_78811c13["node:path"] --> node_version_coherence_69733bcb_00c8d5d9
  ext_node_path_78811c13["node:path"] --> node_workflow_generate_2fc0af62_803bbfeb
  ext_node_perf_hooks_906292ff["node:perf_hooks"] --> node_performance_overload_c685bfcf_291ef65a
  ext_node_process_00cdf119["node:process"] --> node_args_090772cf_1bac9202
  ext_node_process_00cdf119["node:process"] --> node_check_20f65c28_48d25399
  ext_node_process_00cdf119["node:process"] --> node_ci_migrate_core_7005b5af_7e295ae3
  ext_node_process_00cdf119["node:process"] --> node_ci_migrate_signing_2d82ac3f_9e5e8974
  ext_node_process_00cdf119["node:process"] --> node_cli_1_084e05fe_02d92b68
  ext_node_process_00cdf119["node:process"] --> node_contract_cc8321d6_c0e3de0f
  ext_node_process_00cdf119["node:process"] --> node_next_c6c1c9a9_040a8dbb
  ext_node_process_00cdf119["node:process"] --> node_next_runner_41643472_9b94424f
  ext_node_process_00cdf119["node:process"] --> node_performance_overload_c685bfcf_291ef65a
  ext_node_process_00cdf119["node:process"] --> node_pr_closeout_args_8164b0a8_2240b166
  ext_node_process_00cdf119["node:process"] --> node_runtime_card_args_2b3d4b28_5cfe029c
  ext_node_process_00cdf119["node:process"] --> node_upgrade_core_b759da40_eeec275b
  ext_node_readline_bb6096cc["node:readline"] --> node_eject_1_d0ecd4d1_ba72accc
  ext_node_url_d0cb3ad7["node:url"] --> node_cli_99bb8840_659774ba
  ext_node_url_d0cb3ad7["node:url"] --> node_coderabbit_csv_3ef61ffc_af2b743e
  ext_node_url_d0cb3ad7["node:url"] --> node_control_plane_core_db3b4cb2_27437a14
  ext_node_url_d0cb3ad7["node:url"] --> node_decision_packet_1_dd443771_92fa570e
  ext_node_url_d0cb3ad7["node:url"] --> node_gate_c974e17b_07549baf
  ext_node_url_d0cb3ad7["node:url"] --> node_health_core_2b2fdada_341de678
  ext_node_url_d0cb3ad7["node:url"] --> node_preset_resolver_dc3dd716_3f747c75
  ext_node_url_d0cb3ad7["node:url"] --> node_repo_bound_paths_e218b5b3_216d0eb0
  ext_node_url_d0cb3ad7["node:url"] --> node_run_e2e_39efe696_fb07ee74
  ext_node_url_d0cb3ad7["node:url"] --> node_run_harness_evals_77704768_ba42904d
  ext_node_url_d0cb3ad7["node:url"] --> node_run_local_memory_preflight_36e92808_9841c57a
  ext_node_url_d0cb3ad7["node:url"] --> node_scaffold_ci_template_utils_1035b61c_0513532b
  ext_node_url_d0cb3ad7["node:url"] --> node_scaffold_governance_templates_5c949d24_3d624d65
  ext_node_url_d0cb3ad7["node:url"] --> node_scaffold_root_templates_61731280_c6c59378
  ext_node_url_d0cb3ad7["node:url"] --> node_scaffold_shell_templates_0ad0f915_ccc86664
  ext_node_url_d0cb3ad7["node:url"] --> node_scaffold_worktree_templates_66a38e9a_ff3c085c
  ext_node_url_d0cb3ad7["node:url"] --> node_test_harness_upgrade_matrix_84113c4e_e0838daa
  ext_node_url_d0cb3ad7["node:url"] --> node_ui_loop_internal_f2eb8892_c4b49e6a
  ext_node_url_d0cb3ad7["node:url"] --> node_version_5ca4f385_fd75945b
  ext_picomatch_2ebdbf14["picomatch"] --> node_detector_2_b0fc2f46_7ea6b320
  ext_picomatch_2ebdbf14["picomatch"] --> node_policy_823412d1_3bce1002
  ext_picomatch_2ebdbf14["picomatch"] --> node_resolver_439c3635_729842aa
  ext_picomatch_2ebdbf14["picomatch"] --> node_risk_tier_1_96b6ff91_19911c0e
  ext_semver_b4039641["semver"] --> node_check_environment_core_2c16213f_a8a456d9
  ext_semver_b4039641["semver"] --> node_doctor_tool_checks_4acac51a_9e791a28
  ext_semver_b4039641["semver"] --> node_migration_8a6cead4_3c3cc0a4
  ext_semver_b4039641["semver"] --> node_schema_migrate_c0646635_f0e7b25b
  ext_semver_b4039641["semver"] --> node_update_core_bced358c_b710dd59
  ext_semver_b4039641["semver"] --> node_upgrade_1_b277486e_4a06b7a8
  ext_semver_b4039641["semver"] --> node_validator_helpers_7b927667_8b691f8f
  ext_sqlite_vec_bae73cf2["sqlite-vec"] --> node_store_824d80d7_69038a3e
  ext_typescript_fb9da861["typescript"] --> node_check_code_size_9c5efc3a_154124ae
  ext_typescript_fb9da861["typescript"] --> node_check_public_api_docs_a9604f1b_f824853c
  ext_typescript_fb9da861["typescript"] --> node_check_self_affirming_tests_7638e575_c6155698
  ext_typescript_fb9da861["typescript"] --> node_source_outline_1_54a631fa_8582fb07
  ext_vitest_4c9cfa13["vitest"] --> node_vitest_e2e_config_4e2a61bc_3efa3f07
  style ext_better_sqlite3_d7ed8f1a fill:#f59e0b,color:#fff
  style ext_child_process_4845fa97 fill:#f59e0b,color:#fff
  style ext_diff_75a0ee1b fill:#f59e0b,color:#fff
  style ext_effect_68d1dae1 fill:#f59e0b,color:#fff
  style ext_fs_3f4bb586 fill:#f59e0b,color:#fff
  style ext_inquirer_prompts_4d547149 fill:#f59e0b,color:#fff
  style ext_lodash_901466a5 fill:#f59e0b,color:#fff
  style ext_node_child_process_f62b7d19 fill:#f59e0b,color:#fff
  style ext_node_crypto_c7dfc512 fill:#f59e0b,color:#fff
  style ext_node_dns_828a0bbf fill:#f59e0b,color:#fff
  style ext_node_fs_a15b7d96 fill:#f59e0b,color:#fff
  style ext_node_module_ca1b42af fill:#f59e0b,color:#fff
  style ext_node_os_d93fe73a fill:#f59e0b,color:#fff
  style ext_node_path_78811c13 fill:#f59e0b,color:#fff
  style ext_node_perf_hooks_906292ff fill:#f59e0b,color:#fff
  style ext_node_process_00cdf119 fill:#f59e0b,color:#fff
  style ext_node_readline_bb6096cc fill:#f59e0b,color:#fff
  style ext_node_url_d0cb3ad7 fill:#f59e0b,color:#fff
  style ext_octokit_plugin_retry_c9aecc53 fill:#f59e0b,color:#fff
  style ext_octokit_plugin_throttling_7909ece3 fill:#f59e0b,color:#fff
  style ext_octokit_request_error_98ae13cc fill:#f59e0b,color:#fff
  style ext_octokit_rest_c6e4d192 fill:#f59e0b,color:#fff
  style ext_picomatch_2ebdbf14 fill:#f59e0b,color:#fff
  style ext_semver_b4039641 fill:#f59e0b,color:#fff
  style ext_sqlite_vec_bae73cf2 fill:#f59e0b,color:#fff
  style ext_typescript_fb9da861 fill:#f59e0b,color:#fff
  style ext_vitest_4c9cfa13 fill:#f59e0b,color:#fff
